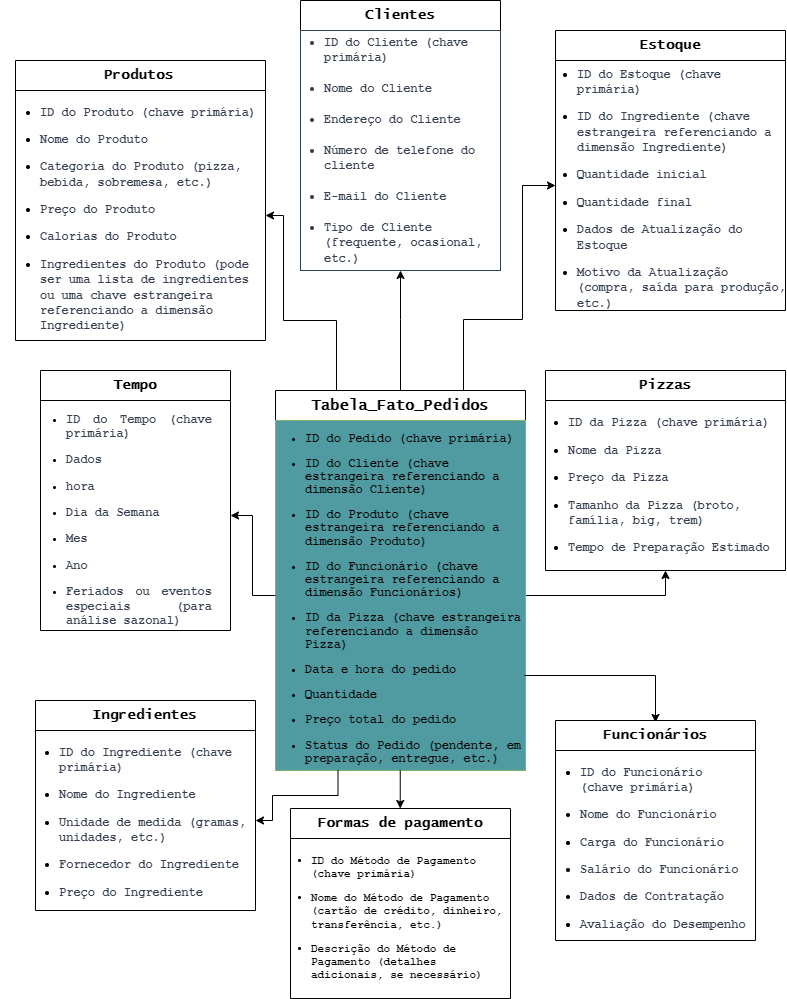
Above: Modelagem_BancodeDados.drawio.png in Emily-sr3/Projeto_Pizzaria (draw.io), before the change. Source tidied: cells renumbered, new cells last; positions are measured from the earlier drawing's top-left corner, leaving out a move shared by most shapes.
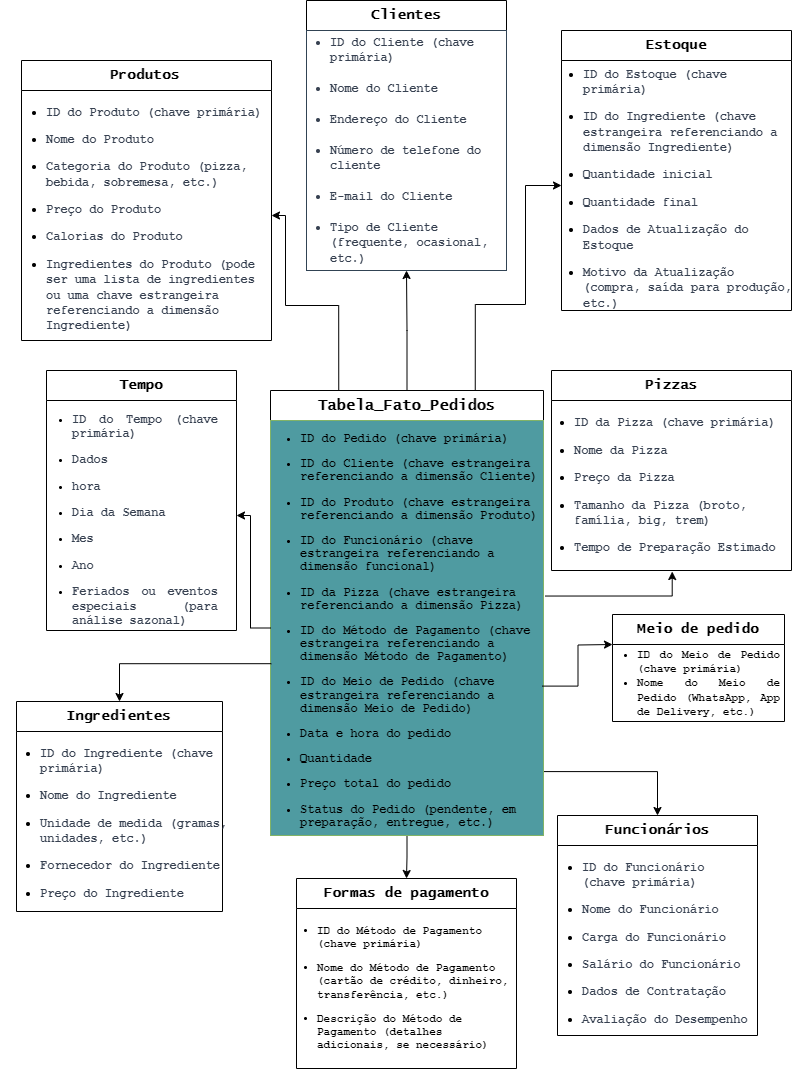
The same diagram one commit later.

What changed in the source:
```diff
@@ -16,23 +16,34 @@
     </mxCell>
-    <mxCell id="5" style="edgeStyle=orthogonalEdgeStyle;rounded=0;jettySize=auto;html=1;entryX=0.5;entryY=1;entryDx=0;entryDy=0;" parent="1" edge="1" target="18">
-      <mxGeometry relative="1" as="geometry">
-        <mxPoint x="509" y="595" as="sourcePoint" />
-        <Array as="points">
-          <mxPoint x="650" y="595" />
-        </Array>
-      </mxGeometry>
-    </mxCell>
-    <mxCell id="6" style="edgeStyle=orthogonalEdgeStyle;rounded=0;jettySize=auto;html=1;" parent="1" edge="1" source="7" target="10">
-      <mxGeometry relative="1" as="geometry">
-        <Array as="points">
-          <mxPoint x="385" y="319" />
-          <mxPoint x="385" y="319" />
-        </Array>
-      </mxGeometry>
-    </mxCell>
+    <mxCell id="29" style="edgeStyle=orthogonalEdgeStyle;rounded=0;jettySize=auto;html=1;entryX=0.5;entryY=0;entryDx=0;entryDy=0;" parent="1" edge="1" source="7" target="26">
+      <mxGeometry relative="1" as="geometry" />
+    </mxCell>
+    <mxCell id="30" style="edgeStyle=orthogonalEdgeStyle;rounded=0;jettySize=auto;html=1;entryX=0.5;entryY=0;entryDx=0;entryDy=0;exitX=0.998;exitY=0.846;exitDx=0;exitDy=0;exitPerimeter=0;" parent="1" edge="1" source="8" target="21">
+      <mxGeometry relative="1" as="geometry" />
+    </mxCell>
+    <mxCell id="24" style="edgeStyle=orthogonalEdgeStyle;rounded=0;jettySize=auto;html=1;entryX=1;entryY=0.5;entryDx=0;entryDy=0;exitX=0.25;exitY=0;exitDx=0;exitDy=0;" parent="1" edge="1" source="7" target="12">
+      <mxGeometry relative="1" as="geometry">
+        <Array as="points">
+          <mxPoint x="317" y="305" />
+          <mxPoint x="264" y="305" />
+          <mxPoint x="264" y="215" />
+        </Array>
+      </mxGeometry>
+    </mxCell>
+    <mxCell id="31" style="edgeStyle=orthogonalEdgeStyle;rounded=0;jettySize=auto;html=1;entryX=0.5;entryY=1;entryDx=0;entryDy=0;" parent="1" edge="1" source="7" target="9">
+      <mxGeometry relative="1" as="geometry" />
+    </mxCell>
+    <mxCell id="32" style="edgeStyle=orthogonalEdgeStyle;rounded=0;jettySize=auto;html=1;exitX=0.75;exitY=0;exitDx=0;exitDy=0;" parent="1" edge="1" source="7" target="4">
+      <mxGeometry relative="1" as="geometry">
+        <Array as="points">
+          <mxPoint x="454" y="304" />
+          <mxPoint x="504" y="304" />
+          <mxPoint x="504" y="185" />
+        </Array>
+      </mxGeometry>
+    </mxCell>
     <mxCell id="7" value="&lt;font style=&quot;vertical-align: inherit; font-size: 15px;&quot;&gt;&lt;font style=&quot;vertical-align: inherit; font-size: 15px;&quot;&gt;&lt;font style=&quot;vertical-align: inherit; font-size: 15px;&quot;&gt;&lt;font style=&quot;vertical-align: inherit; font-size: 15px;&quot;&gt;Tabela_Fato_Pedidos&lt;br style=&quot;font-size: 15px;&quot;&gt;&lt;/font&gt;&lt;/font&gt;&lt;/font&gt;&lt;/font&gt;" style="swimlane;fontStyle=1;horizontal=1;startSize=30;whiteSpace=wrap;html=1;fontSize=15;fontFamily=Lucida Console;" parent="1" vertex="1">
-      <mxGeometry x="260" y="390" width="250" height="380" as="geometry" />
+      <mxGeometry x="249" y="390" width="273" height="445" as="geometry" />
     </mxCell>
-    <mxCell id="8" value="&lt;ul style=&quot;line-height: 110%; font-size: 12px;&quot;&gt;&lt;li style=&quot;font-size: 12px;&quot;&gt;&lt;span style=&quot;font-size: 12px; text-align: justify; background-color: initial;&quot;&gt;ID do Pedido (chave primária)&lt;/span&gt;&lt;/li&gt;&lt;/ul&gt;&lt;ul style=&quot;line-height: 110%; font-size: 12px;&quot;&gt;&lt;li style=&quot;font-size: 12px;&quot;&gt;&lt;span style=&quot;font-size: 12px; text-align: justify; background-color: initial;&quot;&gt;ID do Cliente (chave estrangeira referenciando a dimensão Cliente)&lt;/span&gt;&lt;/li&gt;&lt;/ul&gt;&lt;ul style=&quot;line-height: 110%; font-size: 12px;&quot;&gt;&lt;li style=&quot;font-size: 12px;&quot;&gt;&lt;span style=&quot;font-size: 12px; text-align: justify; background-color: initial;&quot;&gt;ID do Produto (chave estrangeira referenciando a dimensão Produto)&lt;/span&gt;&lt;/li&gt;&lt;/ul&gt;&lt;ul style=&quot;line-height: 110%; font-size: 12px;&quot;&gt;&lt;li style=&quot;font-size: 12px;&quot;&gt;&lt;span style=&quot;font-size: 12px; text-align: justify; background-color: initial;&quot;&gt;ID do Funcionário (chave estrangeira referenciando a dimensão Funcionários)&lt;/span&gt;&lt;/li&gt;&lt;/ul&gt;&lt;ul style=&quot;line-height: 110%; font-size: 12px;&quot;&gt;&lt;li style=&quot;font-size: 12px;&quot;&gt;&lt;span style=&quot;font-size: 12px; text-align: justify; background-color: initial;&quot;&gt;ID da Pizza (chave estrangeira referenciando a dimensão Pizza)&lt;/span&gt;&lt;/li&gt;&lt;/ul&gt;&lt;ul style=&quot;line-height: 110%; font-size: 12px;&quot;&gt;&lt;li style=&quot;font-size: 12px;&quot;&gt;&lt;span style=&quot;font-size: 12px; text-align: justify; background-color: initial;&quot;&gt;Data e hora do pedido&lt;/span&gt;&lt;/li&gt;&lt;/ul&gt;&lt;ul style=&quot;line-height: 110%; font-size: 12px;&quot;&gt;&lt;li style=&quot;font-size: 12px;&quot;&gt;&lt;span style=&quot;font-size: 12px; text-align: justify; background-color: initial;&quot;&gt;Quantidade&lt;/span&gt;&lt;/li&gt;&lt;/ul&gt;&lt;ul style=&quot;line-height: 110%; font-size: 12px;&quot;&gt;&lt;li style=&quot;font-size: 12px;&quot;&gt;&lt;span style=&quot;font-size: 12px; text-align: justify; background-color: initial;&quot;&gt;Preço total do pedido&lt;/span&gt;&lt;/li&gt;&lt;/ul&gt;&lt;ul style=&quot;line-height: 110%; font-size: 12px;&quot;&gt;&lt;li style=&quot;font-size: 12px;&quot;&gt;&lt;span style=&quot;font-size: 12px; text-align: justify; background-color: initial;&quot;&gt;Status do Pedido (pendente, em preparação, entregue, etc.)&lt;/span&gt;&lt;/li&gt;&lt;/ul&gt;" style="text;strokeColor=#82b366;fillColor=#4F9BA1;align=left;verticalAlign=middle;spacingLeft=-10;spacingRight=3;overflow=hidden;points=[[0,0.5],[1,0.5]];portConstraint=eastwest;html=1;imageAlign=left;spacingTop=0;spacingBottom=0;spacing=0;horizontal=1;fontStyle=1;whiteSpace=wrap;fontColor=#000000;fontSize=12;fontFamily=Courier New;" parent="7" vertex="1">
-      <mxGeometry y="30" width="250" height="350" as="geometry" />
+    <mxCell id="8" value="&lt;ul style=&quot;line-height: 110%; font-size: 12px;&quot;&gt;&lt;li style=&quot;font-size: 12px;&quot;&gt;&lt;span style=&quot;font-size: 12px; text-align: justify; background-color: initial;&quot;&gt;ID do Pedido (chave primária)&lt;/span&gt;&lt;/li&gt;&lt;/ul&gt;&lt;ul style=&quot;line-height: 110%; font-size: 12px;&quot;&gt;&lt;li style=&quot;font-size: 12px;&quot;&gt;&lt;span style=&quot;font-size: 12px; text-align: justify; background-color: initial;&quot;&gt;ID do Cliente (chave estrangeira referenciando a dimensão Cliente)&lt;/span&gt;&lt;/li&gt;&lt;/ul&gt;&lt;ul style=&quot;line-height: 110%; font-size: 12px;&quot;&gt;&lt;li style=&quot;font-size: 12px;&quot;&gt;&lt;span style=&quot;font-size: 12px; text-align: justify; background-color: initial;&quot;&gt;ID do Produto (chave estrangeira referenciando a dimensão Produto)&lt;/span&gt;&lt;/li&gt;&lt;/ul&gt;&lt;ul style=&quot;line-height: 110%; font-size: 12px;&quot;&gt;&lt;li style=&quot;font-size: 12px;&quot;&gt;&lt;span style=&quot;font-size: 12px; text-align: justify; background-color: initial;&quot;&gt;ID do Funcionário (chave estrangeira referenciando a dimensão funcional)&lt;/span&gt;&lt;/li&gt;&lt;/ul&gt;&lt;ul style=&quot;line-height: 110%; font-size: 12px;&quot;&gt;&lt;li style=&quot;font-size: 12px;&quot;&gt;&lt;span style=&quot;font-size: 12px; text-align: justify; background-color: initial;&quot;&gt;ID da Pizza (chave estrangeira referenciando a dimensão Pizza)&lt;/span&gt;&lt;/li&gt;&lt;/ul&gt;&lt;ul style=&quot;line-height: 110%; font-size: 12px;&quot;&gt;&lt;li style=&quot;font-size: 12px;&quot;&gt;&lt;span style=&quot;font-size: 12px; text-align: justify; background-color: initial;&quot;&gt;ID do Método de Pagamento (chave estrangeira referenciando a dimensão Método de Pagamento)&lt;/span&gt;&lt;/li&gt;&lt;/ul&gt;&lt;ul style=&quot;line-height: 110%; font-size: 12px;&quot;&gt;&lt;li style=&quot;font-size: 12px;&quot;&gt;&lt;span style=&quot;font-size: 12px; text-align: justify; background-color: initial;&quot;&gt;ID do Meio de Pedido (chave estrangeira referenciando a dimensão Meio de Pedido)&lt;br&gt;&lt;/span&gt;&lt;/li&gt;&lt;/ul&gt;&lt;ul style=&quot;line-height: 110%; font-size: 12px;&quot;&gt;&lt;li style=&quot;font-size: 12px;&quot;&gt;&lt;span style=&quot;font-size: 12px; text-align: justify; background-color: initial;&quot;&gt;Data e hora do pedido&lt;/span&gt;&lt;/li&gt;&lt;/ul&gt;&lt;ul style=&quot;line-height: 110%; font-size: 12px;&quot;&gt;&lt;li style=&quot;font-size: 12px;&quot;&gt;&lt;span style=&quot;font-size: 12px; text-align: justify; background-color: initial;&quot;&gt;Quantidade&lt;/span&gt;&lt;/li&gt;&lt;/ul&gt;&lt;ul style=&quot;line-height: 110%; font-size: 12px;&quot;&gt;&lt;li style=&quot;font-size: 12px;&quot;&gt;&lt;span style=&quot;font-size: 12px; text-align: justify; background-color: initial;&quot;&gt;Preço total do pedido&lt;/span&gt;&lt;/li&gt;&lt;/ul&gt;&lt;ul style=&quot;line-height: 110%; font-size: 12px;&quot;&gt;&lt;li style=&quot;font-size: 12px;&quot;&gt;&lt;span style=&quot;font-size: 12px; text-align: justify; background-color: initial;&quot;&gt;Status do Pedido (pendente, em preparação, entregue, etc.)&lt;/span&gt;&lt;/li&gt;&lt;/ul&gt;" style="text;strokeColor=#82b366;fillColor=#4F9BA1;align=left;verticalAlign=middle;spacingLeft=-10;spacingRight=3;overflow=hidden;points=[[0,0.5],[1,0.5]];portConstraint=eastwest;html=1;imageAlign=left;spacingTop=0;spacingBottom=0;spacing=0;horizontal=1;fontStyle=1;whiteSpace=wrap;fontColor=#000000;fontSize=12;fontFamily=Courier New;" parent="7" vertex="1">
+      <mxGeometry y="30" width="273" height="415" as="geometry" />
     </mxCell>
@@ -56,17 +67,7 @@
     </mxCell>
-    <mxCell id="15" style="edgeStyle=orthogonalEdgeStyle;rounded=0;jettySize=auto;html=1;exitX=0.25;exitY=1;exitDx=0;exitDy=0;" parent="1" edge="1" source="7">
-      <mxGeometry relative="1" as="geometry">
-        <mxPoint x="240" y="820" as="targetPoint" />
-        <Array as="points">
-          <mxPoint x="322" y="795" />
-          <mxPoint x="257" y="795" />
-          <mxPoint x="257" y="820" />
-        </Array>
-      </mxGeometry>
-    </mxCell>
     <mxCell id="16" value="&lt;font style=&quot;vertical-align: inherit; font-size: 14px;&quot;&gt;&lt;font style=&quot;vertical-align: inherit; font-size: 14px;&quot;&gt;&lt;font style=&quot;vertical-align: inherit; font-size: 14px;&quot;&gt;&lt;font style=&quot;vertical-align: inherit; font-size: 14px;&quot;&gt;Ingredientes&lt;/font&gt;&lt;/font&gt;&lt;/font&gt;&lt;/font&gt;" style="swimlane;fontStyle=1;horizontal=1;startSize=30;whiteSpace=wrap;html=1;fontSize=14;fontFamily=Lucida Console;spacingRight=1;" parent="1" vertex="1">
-      <mxGeometry x="20" y="700" width="220" height="210" as="geometry" />
+      <mxGeometry x="-5" y="701" width="206" height="210" as="geometry" />
     </mxCell>
     <mxCell id="17" value="&lt;ul&gt;&lt;li style=&quot;&quot;&gt;&lt;span style=&quot;color: rgb(55, 65, 81); background-color: initial;&quot;&gt;&lt;font face=&quot;Courier New&quot;&gt;ID do Ingrediente (chave primária)&lt;/font&gt;&lt;/span&gt;&lt;/li&gt;&lt;/ul&gt;&lt;ul&gt;&lt;li style=&quot;&quot;&gt;&lt;span style=&quot;color: rgb(55, 65, 81); background-color: initial;&quot;&gt;&lt;font face=&quot;Courier New&quot;&gt;Nome do Ingrediente&lt;/font&gt;&lt;/span&gt;&lt;/li&gt;&lt;/ul&gt;&lt;ul&gt;&lt;li style=&quot;&quot;&gt;&lt;span style=&quot;color: rgb(55, 65, 81); background-color: initial;&quot;&gt;&lt;font face=&quot;Courier New&quot;&gt;Unidade de medida (gramas, unidades, etc.)&lt;/font&gt;&lt;/span&gt;&lt;/li&gt;&lt;/ul&gt;&lt;ul&gt;&lt;li style=&quot;&quot;&gt;&lt;span style=&quot;color: rgb(55, 65, 81); background-color: initial;&quot;&gt;&lt;font face=&quot;Courier New&quot;&gt;Fornecedor do Ingrediente&lt;/font&gt;&lt;/span&gt;&lt;/li&gt;&lt;/ul&gt;&lt;ul&gt;&lt;li style=&quot;&quot;&gt;&lt;span style=&quot;color: rgb(55, 65, 81); background-color: initial;&quot;&gt;&lt;font face=&quot;Courier New&quot;&gt;Preço do Ingrediente&lt;/font&gt;&lt;/span&gt;&lt;/li&gt;&lt;/ul&gt;" style="text;strokeColor=none;fillColor=none;align=left;verticalAlign=middle;spacingLeft=-18;spacingRight=-15;overflow=hidden;whiteSpace=wrap;html=1;fontStyle=1;" parent="16" vertex="1">
-      <mxGeometry y="30" width="220" height="180" as="geometry" />
+      <mxGeometry y="30" width="206" height="180" as="geometry" />
     </mxCell>
@@ -78,12 +79,4 @@
     </mxCell>
-    <mxCell id="20" style="edgeStyle=orthogonalEdgeStyle;rounded=0;jettySize=auto;html=1;entryX=0.5;entryY=0.009;entryDx=0;entryDy=0;entryPerimeter=0;" parent="1" edge="1" target="21">
-      <mxGeometry relative="1" as="geometry">
-        <mxPoint x="509" y="675" as="sourcePoint" />
-        <Array as="points">
-          <mxPoint x="640" y="675" />
-        </Array>
-      </mxGeometry>
-    </mxCell>
     <mxCell id="21" value="&lt;font style=&quot;vertical-align: inherit; font-size: 14px;&quot;&gt;&lt;font style=&quot;vertical-align: inherit; font-size: 14px;&quot;&gt;&lt;font style=&quot;vertical-align: inherit; font-size: 14px;&quot;&gt;&lt;font style=&quot;vertical-align: inherit; font-size: 14px;&quot;&gt;Funcionários&lt;/font&gt;&lt;/font&gt;&lt;/font&gt;&lt;/font&gt;" style="swimlane;fontStyle=1;horizontal=1;startSize=30;whiteSpace=wrap;html=1;fontSize=14;fontFamily=Lucida Console;" parent="1" vertex="1">
-      <mxGeometry x="540" y="720" width="200" height="220" as="geometry" />
+      <mxGeometry x="536" y="815" width="200" height="220" as="geometry" />
     </mxCell>
@@ -92,27 +85,4 @@
     </mxCell>
-    <mxCell id="23" style="edgeStyle=orthogonalEdgeStyle;rounded=0;jettySize=auto;html=1;" parent="1" edge="1" source="8" target="14">
-      <mxGeometry relative="1" as="geometry">
-        <Array as="points">
-          <mxPoint x="237" y="595" />
-          <mxPoint x="237" y="515" />
-        </Array>
-      </mxGeometry>
-    </mxCell>
-    <mxCell id="24" style="edgeStyle=orthogonalEdgeStyle;rounded=0;jettySize=auto;html=1;exitX=0.25;exitY=0;exitDx=0;exitDy=0;entryX=1;entryY=0.5;entryDx=0;entryDy=0;" parent="1" edge="1" source="7" target="12">
-      <mxGeometry relative="1" as="geometry">
-        <Array as="points">
-          <mxPoint x="321" y="320" />
-          <mxPoint x="268" y="320" />
-          <mxPoint x="268" y="215" />
-        </Array>
-      </mxGeometry>
-    </mxCell>
-    <mxCell id="25" style="edgeStyle=orthogonalEdgeStyle;rounded=0;orthogonalLoop=1;jettySize=auto;html=1;" parent="1" edge="1">
-      <mxGeometry relative="1" as="geometry">
-        <mxPoint x="384.7" y="770" as="sourcePoint" />
-        <mxPoint x="384.7" y="808" as="targetPoint" />
-      </mxGeometry>
-    </mxCell>
     <mxCell id="26" value="&lt;font style=&quot;vertical-align: inherit; font-size: 14px;&quot;&gt;&lt;font style=&quot;vertical-align: inherit; font-size: 14px;&quot;&gt;&lt;font style=&quot;vertical-align: inherit; font-size: 14px;&quot;&gt;&lt;font style=&quot;vertical-align: inherit; font-size: 14px;&quot;&gt;Formas de pagamento&lt;/font&gt;&lt;/font&gt;&lt;/font&gt;&lt;/font&gt;" style="swimlane;fontStyle=1;horizontal=1;startSize=30;whiteSpace=wrap;html=1;fontSize=14;fontFamily=Lucida Console;" parent="1" vertex="1">
-      <mxGeometry x="275" y="808" width="220" height="190" as="geometry" />
+      <mxGeometry x="275" y="878" width="220" height="190" as="geometry" />
     </mxCell>
@@ -121,12 +91,22 @@
     </mxCell>
-    <mxCell id="28" style="edgeStyle=orthogonalEdgeStyle;rounded=0;jettySize=auto;html=1;entryX=0;entryY=0.5;entryDx=0;entryDy=0;" parent="1" edge="1" target="4">
-      <mxGeometry relative="1" as="geometry">
-        <mxPoint x="448" y="390" as="sourcePoint" />
-        <Array as="points">
-          <mxPoint x="448" y="319" />
-          <mxPoint x="507" y="319" />
-          <mxPoint x="507" y="185" />
-        </Array>
-      </mxGeometry>
-    </mxCell>
+    <mxCell id="33" style="edgeStyle=orthogonalEdgeStyle;rounded=0;jettySize=auto;html=1;exitX=0.995;exitY=0.64;exitDx=0;exitDy=0;exitPerimeter=0;" parent="1" edge="1" source="8">
+      <mxGeometry relative="1" as="geometry">
+        <mxPoint x="591" y="644" as="targetPoint" />
+      </mxGeometry>
+    </mxCell>
+    <mxCell id="34" value="&lt;font style=&quot;vertical-align: inherit; font-size: 14px;&quot;&gt;&lt;font style=&quot;vertical-align: inherit; font-size: 14px;&quot;&gt;&lt;font style=&quot;vertical-align: inherit; font-size: 14px;&quot;&gt;&lt;font style=&quot;vertical-align: inherit; font-size: 14px;&quot;&gt;Meio de pedido&lt;/font&gt;&lt;/font&gt;&lt;/font&gt;&lt;/font&gt;" style="swimlane;fontStyle=1;horizontal=1;startSize=30;whiteSpace=wrap;html=1;fontSize=14;fontFamily=Lucida Console;spacingTop=0;" parent="1" vertex="1">
+      <mxGeometry x="591" y="614" width="172" height="107" as="geometry" />
+    </mxCell>
+    <mxCell id="35" value="&lt;ul style=&quot;font-size: 11px;&quot;&gt;&lt;li style=&quot;text-align: justify; font-size: 11px;&quot;&gt;&lt;span style=&quot;font-size: 11px; font-family: &amp;quot;Courier New&amp;quot;; background-color: initial;&quot;&gt;&lt;font style=&quot;vertical-align: inherit; font-size: 11px;&quot;&gt;&lt;font style=&quot;vertical-align: inherit; font-size: 11px;&quot;&gt;&lt;font style=&quot;vertical-align: inherit; font-size: 11px;&quot;&gt;&lt;font style=&quot;vertical-align: inherit; font-size: 11px;&quot;&gt;ID do Meio de Pedido (chave primária)&lt;/font&gt;&lt;/font&gt;&lt;/font&gt;&lt;/font&gt;&lt;/span&gt;&lt;/li&gt;&lt;li style=&quot;text-align: justify; font-size: 11px;&quot;&gt;&lt;span style=&quot;font-size: 11px; font-family: &amp;quot;Courier New&amp;quot;; background-color: initial;&quot;&gt;&lt;font style=&quot;vertical-align: inherit; font-size: 11px;&quot;&gt;&lt;font style=&quot;vertical-align: inherit; font-size: 11px;&quot;&gt;&lt;font style=&quot;vertical-align: inherit; font-size: 11px;&quot;&gt;&lt;font style=&quot;vertical-align: inherit; font-size: 11px;&quot;&gt;Nome do Meio de Pedido (WhatsApp, App de Delivery, etc.)&lt;/font&gt;&lt;/font&gt;&lt;/font&gt;&lt;/font&gt;&lt;/span&gt;&lt;/li&gt;&lt;/ul&gt;" style="text;strokeColor=none;fillColor=none;align=left;verticalAlign=middle;spacingLeft=-17;spacingRight=4;overflow=hidden;whiteSpace=wrap;html=1;fontStyle=1;spacingTop=-10;fontSize=11;" parent="34" vertex="1">
+      <mxGeometry y="30" width="172" height="77" as="geometry" />
+    </mxCell>
+    <mxCell id="23" style="edgeStyle=orthogonalEdgeStyle;rounded=0;jettySize=auto;html=1;" parent="1" edge="1" source="8" target="14">
+      <mxGeometry relative="1" as="geometry" />
+    </mxCell>
+    <mxCell id="36" style="edgeStyle=orthogonalEdgeStyle;rounded=0;jettySize=auto;html=1;entryX=0.5;entryY=0;entryDx=0;entryDy=0;exitX=0.003;exitY=0.586;exitDx=0;exitDy=0;exitPerimeter=0;" parent="1" edge="1" source="8" target="16">
+      <mxGeometry relative="1" as="geometry" />
+    </mxCell>
+    <mxCell id="37" style="edgeStyle=orthogonalEdgeStyle;rounded=0;jettySize=auto;html=1;entryX=0.503;entryY=1.006;entryDx=0;entryDy=0;entryPerimeter=0;exitX=1.006;exitY=0.423;exitDx=0;exitDy=0;exitPerimeter=0;" parent="1" edge="1" source="8" target="19">
+      <mxGeometry relative="1" as="geometry" />
+    </mxCell>
   </root>
```
